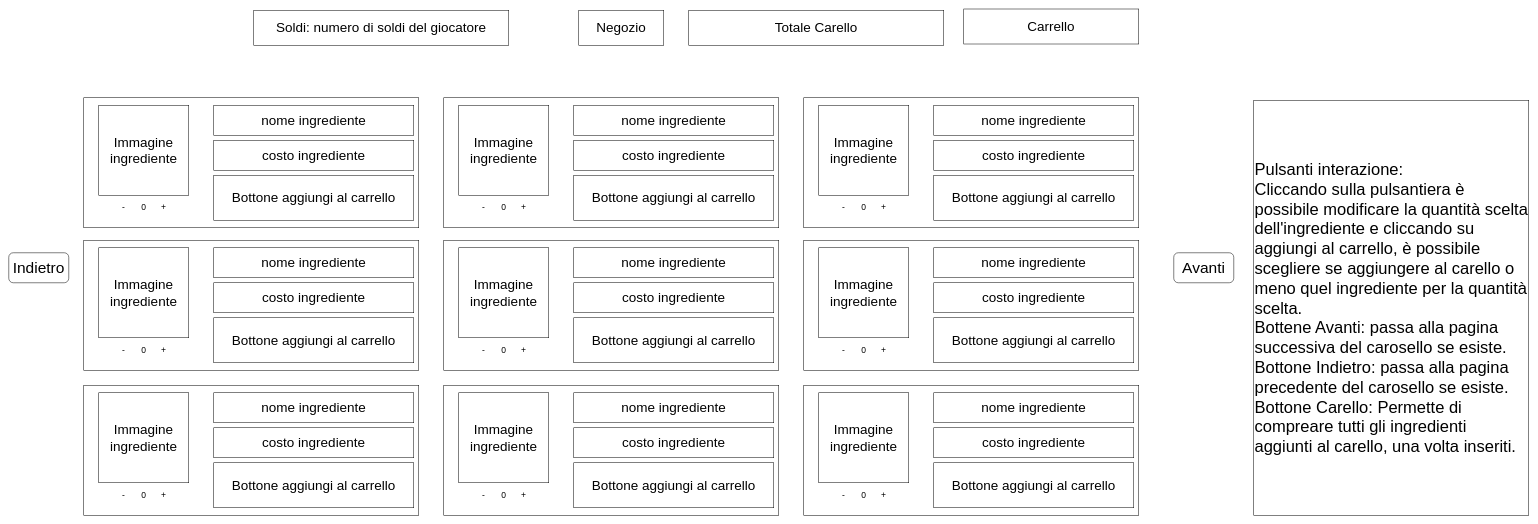
This is doc/Progetti Drawio/StoryBoard/StoryboardInterazioneConNegozio.drawio from zSavT/Healthy-Catering, a draw.io file, before an edit. Source tidied: cells renumbered, new cells numbered last; positions are measured from the earlier drawing's top-left corner, leaving out a move shared by most shapes. Both pictures are drawn from the tidied source at 50%, with x=0, y=0 at pixel (8, 9).
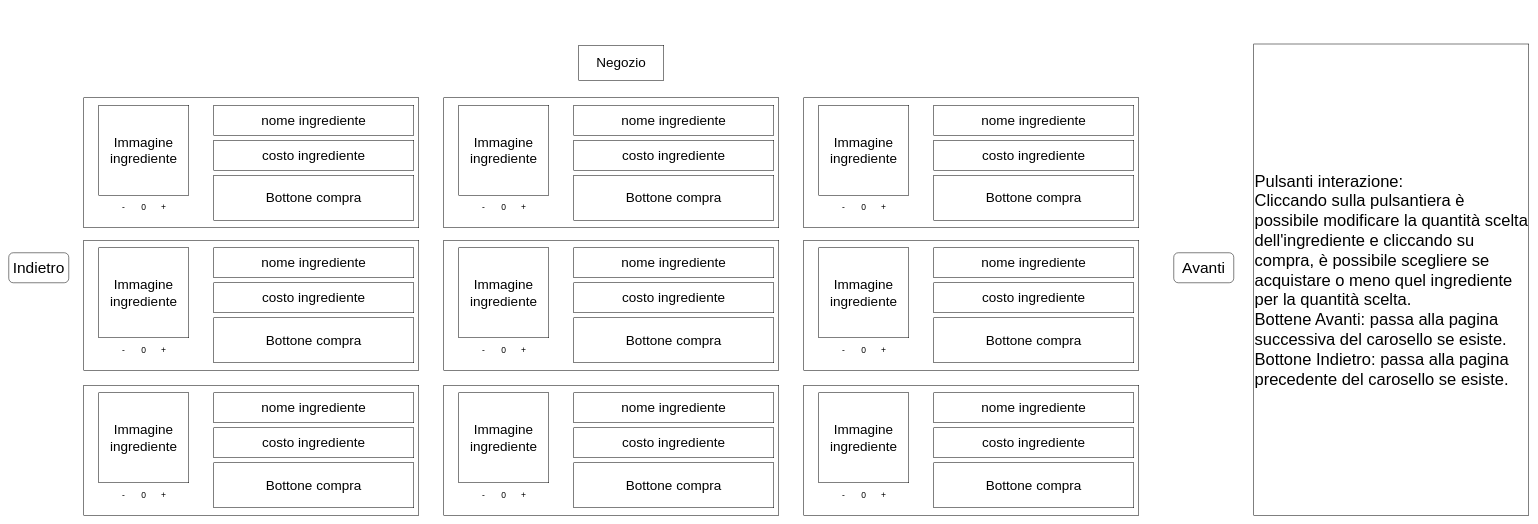
The same diagram, later.

Diff of the diagram source:
```diff
@@
     <mxCell id="2" value="Negozio" style="rounded=0;whiteSpace=wrap;html=1;fontSize=27;" parent="1" vertex="1">
-      <mxGeometry x="1140" y="2" width="170" height="70" as="geometry" />
+      <mxGeometry x="1140" y="72" width="170" height="70" as="geometry" />
     </mxCell>
-    <mxCell id="3" value="&lt;font style=&quot;font-size: 33px;&quot;&gt;Pulsanti interazione:&lt;br&gt;Cliccando sulla pulsantiera è possibile modificare la quantità scelta dell'ingrediente e cliccando su aggiungi al carrello, è possibile scegliere se aggiungere al carello o meno quel ingrediente per la quantità scelta.&lt;br&gt;Bottene Avanti: passa alla pagina successiva del carosello se esiste.&lt;br&gt;Bottone Indietro: passa alla pagina precedente del carosello se esiste.&lt;br&gt;Bottone Carello: Permette di compreare tutti gli ingredienti aggiunti al carello, una volta inseriti.&lt;br&gt;&lt;/font&gt;" style="rounded=0;whiteSpace=wrap;html=1;fontSize=27;align=left;" parent="1" vertex="1">
-      <mxGeometry x="2490" y="182" width="550" height="830" as="geometry" />
+    <mxCell id="3" value="&lt;font style=&quot;font-size: 33px;&quot;&gt;Pulsanti interazione:&lt;br&gt;Cliccando sulla pulsantiera è possibile modificare la quantità scelta dell'ingrediente e cliccando su compra, è possibile scegliere se acquistare o meno quel ingrediente per la quantità scelta.&lt;br&gt;Bottene Avanti: passa alla pagina successiva del carosello se esiste.&lt;br&gt;Bottone Indietro: passa alla pagina precedente del carosello se esiste.&lt;br&gt;&lt;/font&gt;" style="rounded=0;whiteSpace=wrap;html=1;fontSize=27;align=left;" parent="1" vertex="1">
+      <mxGeometry x="2490" y="69.5" width="550" height="942.5" as="geometry" />
     </mxCell>
@@
-    <mxCell id="6" value="Bottone aggiungi al carrello" style="rounded=0;whiteSpace=wrap;html=1;fontSize=27;" parent="1" vertex="1">
+    <mxCell id="6" value="Bottone compra" style="rounded=0;whiteSpace=wrap;html=1;fontSize=27;" parent="1" vertex="1">
       <mxGeometry x="410" y="332" width="400" height="90" as="geometry" />
     </mxCell>
@@
-    <mxCell id="14" value="Bottone aggiungi al carrello" style="rounded=0;whiteSpace=wrap;html=1;fontSize=27;" parent="1" vertex="1">
+    <mxCell id="14" value="Bottone compra" style="rounded=0;whiteSpace=wrap;html=1;fontSize=27;" parent="1" vertex="1">
       <mxGeometry x="410" y="617" width="400" height="90" as="geometry" />
     </mxCell>
@@
-    <mxCell id="22" value="Bottone aggiungi al carrello" style="rounded=0;whiteSpace=wrap;html=1;fontSize=27;" parent="1" vertex="1">
+    <mxCell id="22" value="Bottone compra" style="rounded=0;whiteSpace=wrap;html=1;fontSize=27;" parent="1" vertex="1">
       <mxGeometry x="410" y="907" width="400" height="90" as="geometry" />
     </mxCell>
@@
-    <mxCell id="30" value="Bottone aggiungi al carrello" style="rounded=0;whiteSpace=wrap;html=1;fontSize=27;" parent="1" vertex="1">
+    <mxCell id="30" value="Bottone compra" style="rounded=0;whiteSpace=wrap;html=1;fontSize=27;" parent="1" vertex="1">
       <mxGeometry x="1130" y="332" width="400" height="90" as="geometry" />
     </mxCell>
@@
-    <mxCell id="38" value="Bottone aggiungi al carrello" style="rounded=0;whiteSpace=wrap;html=1;fontSize=27;" parent="1" vertex="1">
+    <mxCell id="38" value="Bottone compra" style="rounded=0;whiteSpace=wrap;html=1;fontSize=27;" parent="1" vertex="1">
       <mxGeometry x="1130" y="617" width="400" height="90" as="geometry" />
     </mxCell>
@@
-    <mxCell id="46" value="Bottone aggiungi al carrello" style="rounded=0;whiteSpace=wrap;html=1;fontSize=27;" parent="1" vertex="1">
+    <mxCell id="46" value="Bottone compra" style="rounded=0;whiteSpace=wrap;html=1;fontSize=27;" parent="1" vertex="1">
       <mxGeometry x="1130" y="907" width="400" height="90" as="geometry" />
     </mxCell>
@@
-    <mxCell id="54" value="Bottone aggiungi al carrello" style="rounded=0;whiteSpace=wrap;html=1;fontSize=27;" parent="1" vertex="1">
+    <mxCell id="54" value="Bottone compra" style="rounded=0;whiteSpace=wrap;html=1;fontSize=27;" parent="1" vertex="1">
       <mxGeometry x="1850" y="332" width="400" height="90" as="geometry" />
     </mxCell>
@@
-    <mxCell id="62" value="Bottone aggiungi al carrello" style="rounded=0;whiteSpace=wrap;html=1;fontSize=27;" parent="1" vertex="1">
+    <mxCell id="62" value="Bottone compra" style="rounded=0;whiteSpace=wrap;html=1;fontSize=27;" parent="1" vertex="1">
       <mxGeometry x="1850" y="617" width="400" height="90" as="geometry" />
     </mxCell>
@@
-    <mxCell id="70" value="Bottone aggiungi al carrello" style="rounded=0;whiteSpace=wrap;html=1;fontSize=27;" parent="1" vertex="1">
+    <mxCell id="70" value="Bottone compra" style="rounded=0;whiteSpace=wrap;html=1;fontSize=27;" parent="1" vertex="1">
       <mxGeometry x="1850" y="907" width="400" height="90" as="geometry" />
     </mxCell>
@@
-    <mxCell id="78" value="Soldi: numero di soldi del giocatore" style="rounded=0;whiteSpace=wrap;html=1;fontSize=27;" parent="1" vertex="1">
-      <mxGeometry x="490" y="2" width="510" height="70" as="geometry" />
-    </mxCell>
-    <mxCell id="79" value="Totale Carello" style="rounded=0;whiteSpace=wrap;html=1;fontSize=27;" parent="1" vertex="1">
-      <mxGeometry x="1360" y="2" width="510" height="70" as="geometry" />
-    </mxCell>
-    <mxCell id="80" value="Carrello" style="rounded=0;whiteSpace=wrap;html=1;fontSize=27;" parent="1" vertex="1">
-      <mxGeometry x="1910" y="-0.5" width="350" height="70" as="geometry" />
-    </mxCell>
```
